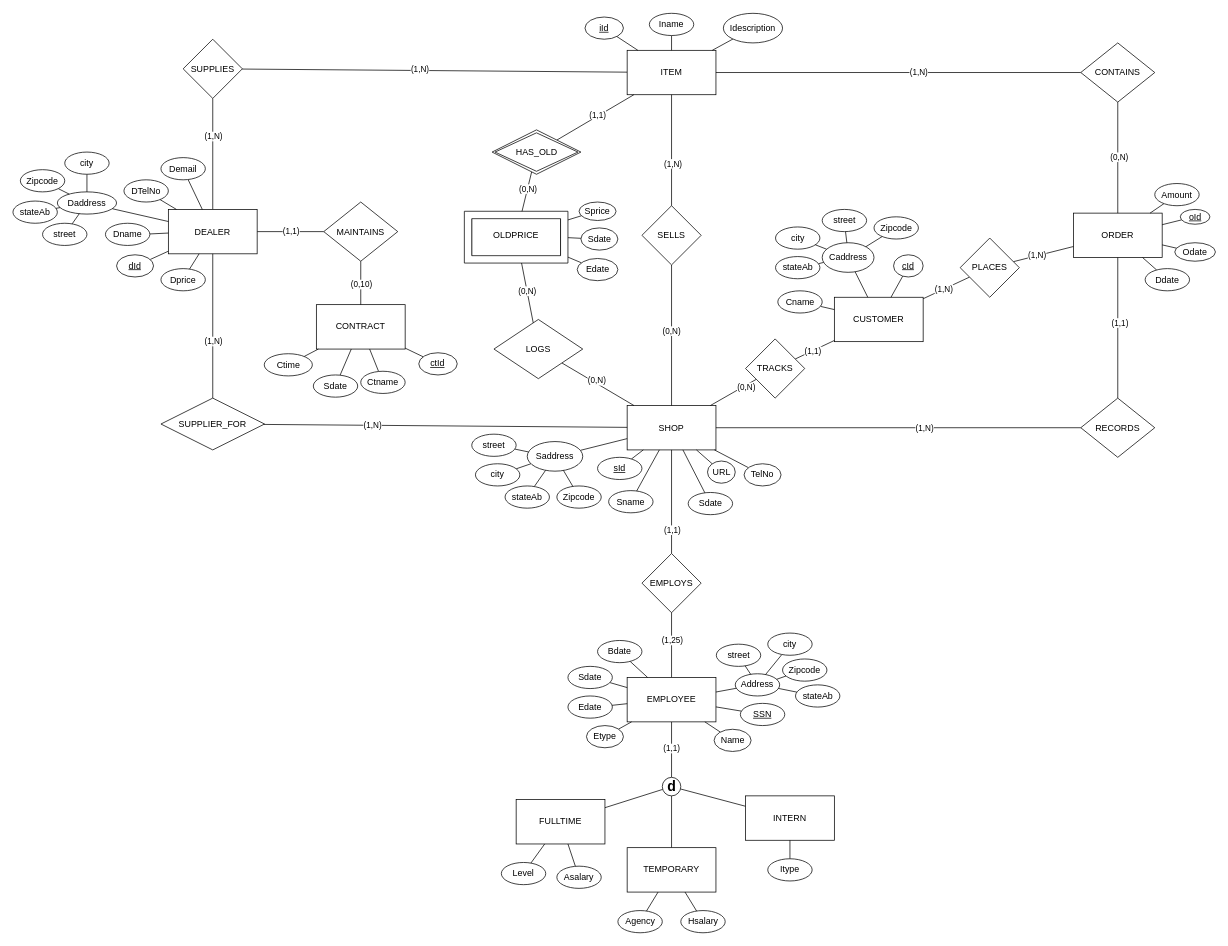
Above: EER_Diagram.drawio in n1ck007/cse3330_project (draw.io), before the change. Source tidied: cells renumbered, new cells numbered last; positions are measured from the earlier drawing's top-left corner, leaving out a move shared by most shapes. Both pictures are drawn from the tidied source at 74%, with x=0, y=0 at pixel (13, 13).
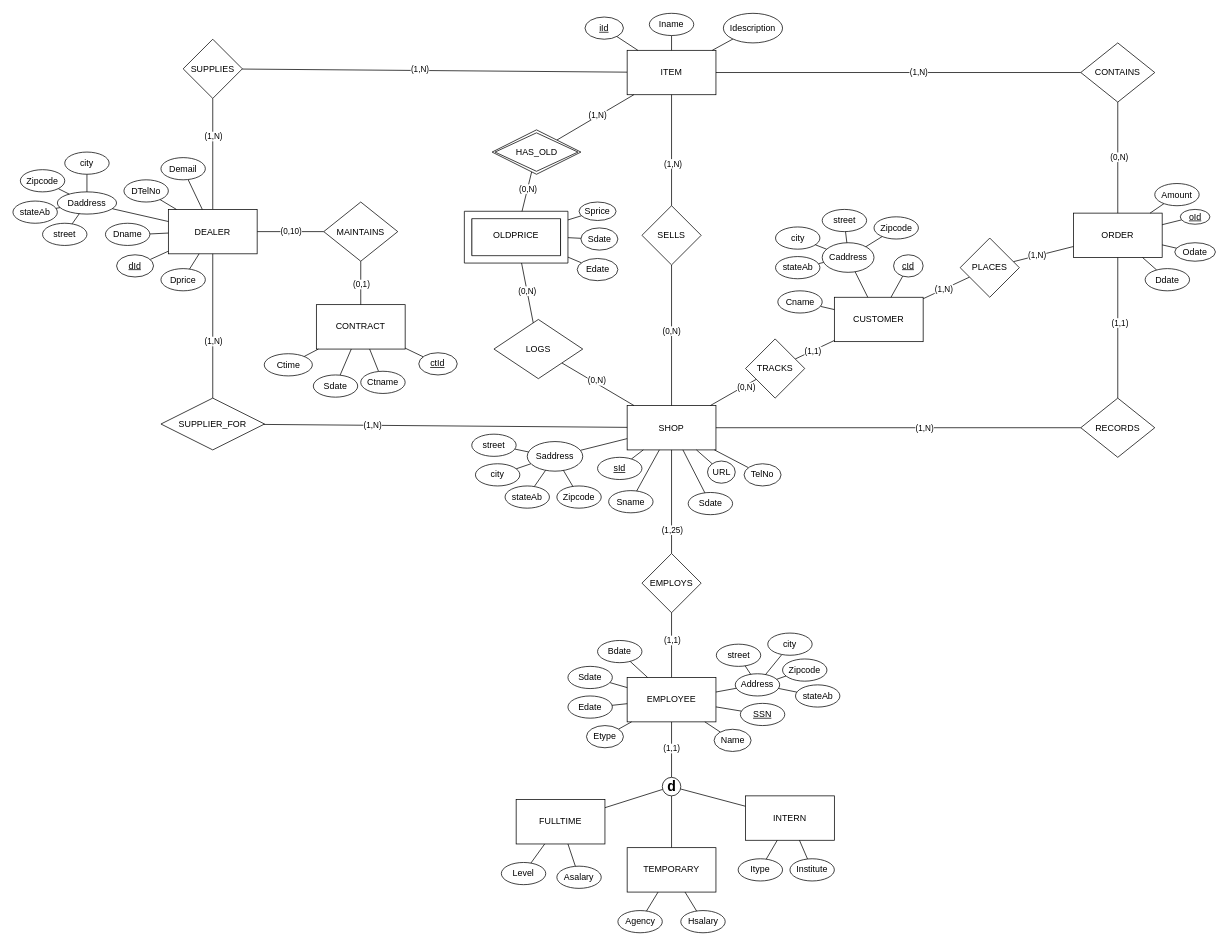
The same diagram, later.

Unchanged cells that the change refers to:
```xml
<mxCell id="3" style="rounded=0;jettySize=auto;html=1;endArrow=none;endFill=0;curved=0;" parent="1" edge="1" source="5" target="2">
  <mxGeometry relative="1" as="geometry" />
</mxCell>
<mxCell id="6" style="rounded=0;jettySize=auto;html=1;endArrow=none;endFill=0;startArrow=none;startFill=0;" parent="1" edge="1" source="10" target="5">
  <mxGeometry relative="1" as="geometry" />
</mxCell>
<mxCell id="16" value="INTERN" style="rounded=0;whiteSpace=wrap;html=1;" parent="1" vertex="1">
  <mxGeometry x="990" y="1058" width="120" height="60" as="geometry" />
</mxCell>
<mxCell id="20" style="rounded=0;jettySize=auto;html=1;endArrow=none;endFill=0;" parent="1" edge="1" source="22" target="50">
  <mxGeometry relative="1" as="geometry" />
</mxCell>
<mxCell id="43" style="rounded=0;jettySize=auto;html=1;endArrow=none;endFill=0;" parent="1" edge="1" source="186" target="25">
  <mxGeometry relative="1" as="geometry" />
</mxCell>
<mxCell id="48" style="rounded=0;jettySize=auto;html=1;endArrow=none;endFill=0;" parent="1" edge="1" source="50" target="47">
  <mxGeometry relative="1" as="geometry" />
</mxCell>
```

What changed in the source:
```diff
@@
-    <mxCell id="4" value="(1,1)" style="edgeLabel;html=1;align=center;verticalAlign=middle;" parent="3" vertex="1">
+    <mxCell id="4" value="(1,25)" style="edgeLabel;html=1;align=center;verticalAlign=middle;" parent="3" vertex="1">
       <mxGeometry x="-0.15" y="1" relative="1" as="geometry">
         <mxPoint x="1" y="28" as="offset" />
       </mxGeometry>
     </mxCell>
@@
-    <mxCell id="7" value="(1,25)" style="edgeLabel;html=1;align=center;verticalAlign=middle;" parent="6" vertex="1">
+    <mxCell id="7" value="(1,1)" style="edgeLabel;html=1;align=center;verticalAlign=middle;" parent="6" vertex="1">
       <mxGeometry x="0.2" y="-2" relative="1" as="geometry">
         <mxPoint x="-2" y="2" as="offset" />
       </mxGeometry>
     </mxCell>
@@
-    <mxCell id="21" value="(1,1)" style="edgeLabel;html=1;align=center;verticalAlign=middle;" parent="20" vertex="1">
+    <mxCell id="21" value="(0,10)" style="edgeLabel;html=1;align=center;verticalAlign=middle;" parent="20" vertex="1">
       <mxGeometry x="0.01" relative="1" as="geometry">
         <mxPoint y="-1" as="offset" />
       </mxGeometry>
     </mxCell>
@@
-    <mxCell id="44" value="(1,1)" style="edgeLabel;html=1;align=center;verticalAlign=middle;" parent="43" vertex="1">
+    <mxCell id="44" value="(1,N)" style="edgeLabel;html=1;align=center;verticalAlign=middle;" parent="43" vertex="1">
       <mxGeometry x="-0.35" y="-2" relative="1" as="geometry">
         <mxPoint x="20" y="-16" as="offset" />
       </mxGeometry>
     </mxCell>
@@
-    <mxCell id="49" value="(0,10)" style="edgeLabel;html=1;align=center;verticalAlign=middle;" parent="48" vertex="1">
+    <mxCell id="49" value="(0,1)" style="edgeLabel;html=1;align=center;verticalAlign=middle;" parent="48" vertex="1">
       <mxGeometry x="0.04" relative="1" as="geometry" />
     </mxCell>
@@
     <mxCell id="106" value="Itype" style="ellipse;whiteSpace=wrap;html=1;strokeColor=default;align=center;verticalAlign=middle;fontFamily=Helvetica;fontSize=12;fontColor=default;fillColor=default;" parent="1" vertex="1">
-      <mxGeometry x="1020" y="1143" width="60" height="30" as="geometry" />
+      <mxGeometry x="980" y="1143" width="60" height="30" as="geometry" />
     </mxCell>
@@
+    <mxCell id="189" style="rounded=0;jettySize=auto;html=1;endArrow=none;endFill=0;" parent="1" edge="1" source="190" target="16">
+      <mxGeometry relative="1" as="geometry" />
+    </mxCell>
+    <mxCell id="190" value="Institute" style="ellipse;whiteSpace=wrap;html=1;strokeColor=default;align=center;verticalAlign=middle;fontFamily=Helvetica;fontSize=12;fontColor=default;fillColor=default;" parent="1" vertex="1">
+      <mxGeometry x="1050" y="1143" width="60" height="30" as="geometry" />
+    </mxCell>
```
